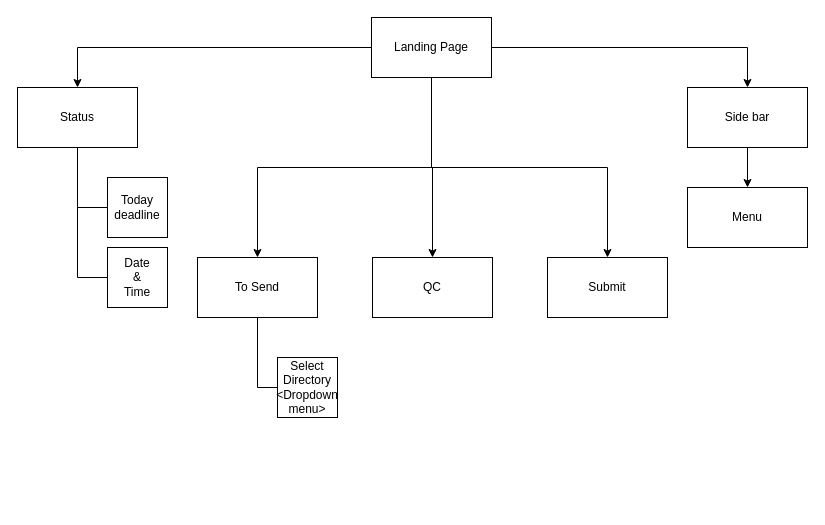
pugtooone/pyhs keeps this draw.io diagram as page "DOM" (2 of 2) of IHS Class Diagram.drawio. Above is the earlier version. Source tidied: cells renumbered, new cells numbered last; positions are measured from the earlier drawing's top-left corner, leaving out a move shared by most shapes. Both pictures are drawn from the tidied source at 100%, with x=0, y=0 at pixel (17, 17).
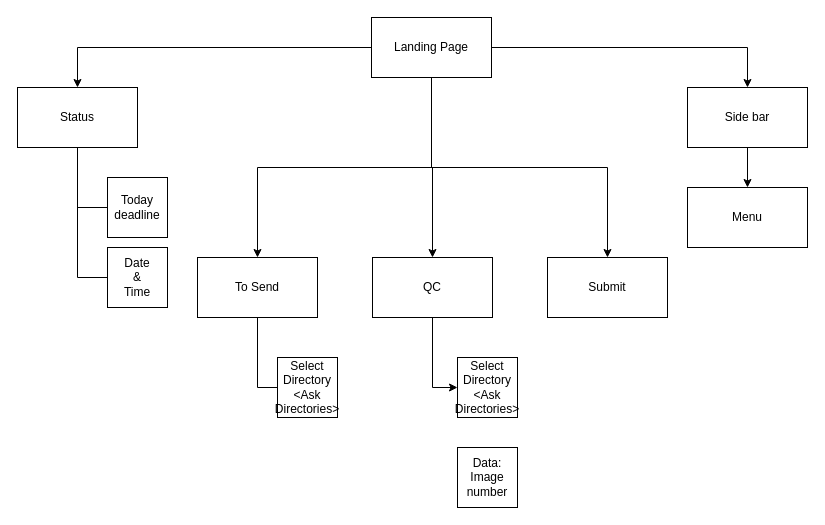
After the change.

Unchanged cells that the change refers to:
```xml
<mxCell id="8" value="QC" style="rounded=0;whiteSpace=wrap;html=1;" parent="1" vertex="1">
  <mxGeometry x="355" y="240" width="120" height="60" as="geometry" />
</mxCell>
```

Change to the diagram source:
```diff
@@
+    <mxCell id="21" style="edgeStyle=orthogonalEdgeStyle;rounded=0;jettySize=auto;html=1;entryX=0;entryY=0.5;entryDx=0;entryDy=0;" parent="1" edge="1" source="8" target="22">
+      <mxGeometry relative="1" as="geometry" />
+    </mxCell>
@@
-    <mxCell id="20" value="Select Directory&lt;br&gt;&amp;lt;Dropdown&lt;br&gt;menu&amp;gt;" style="whiteSpace=wrap;html=1;" parent="1" vertex="1">
+    <mxCell id="20" value="Select Directory&lt;br&gt;&amp;lt;Ask Directories&amp;gt;" style="whiteSpace=wrap;html=1;" parent="1" vertex="1">
       <mxGeometry x="260" y="340" width="60" height="60" as="geometry" />
     </mxCell>
+    <mxCell id="22" value="Select Directory&lt;br&gt;&amp;lt;Ask Directories&amp;gt;" style="whiteSpace=wrap;html=1;" parent="1" vertex="1">
+      <mxGeometry x="440" y="340" width="60" height="60" as="geometry" />
+    </mxCell>
+    <mxCell id="23" value="Data: Image number" style="whiteSpace=wrap;html=1;" parent="1" vertex="1">
+      <mxGeometry x="440" y="430" width="60" height="60" as="geometry" />
+    </mxCell>
```
